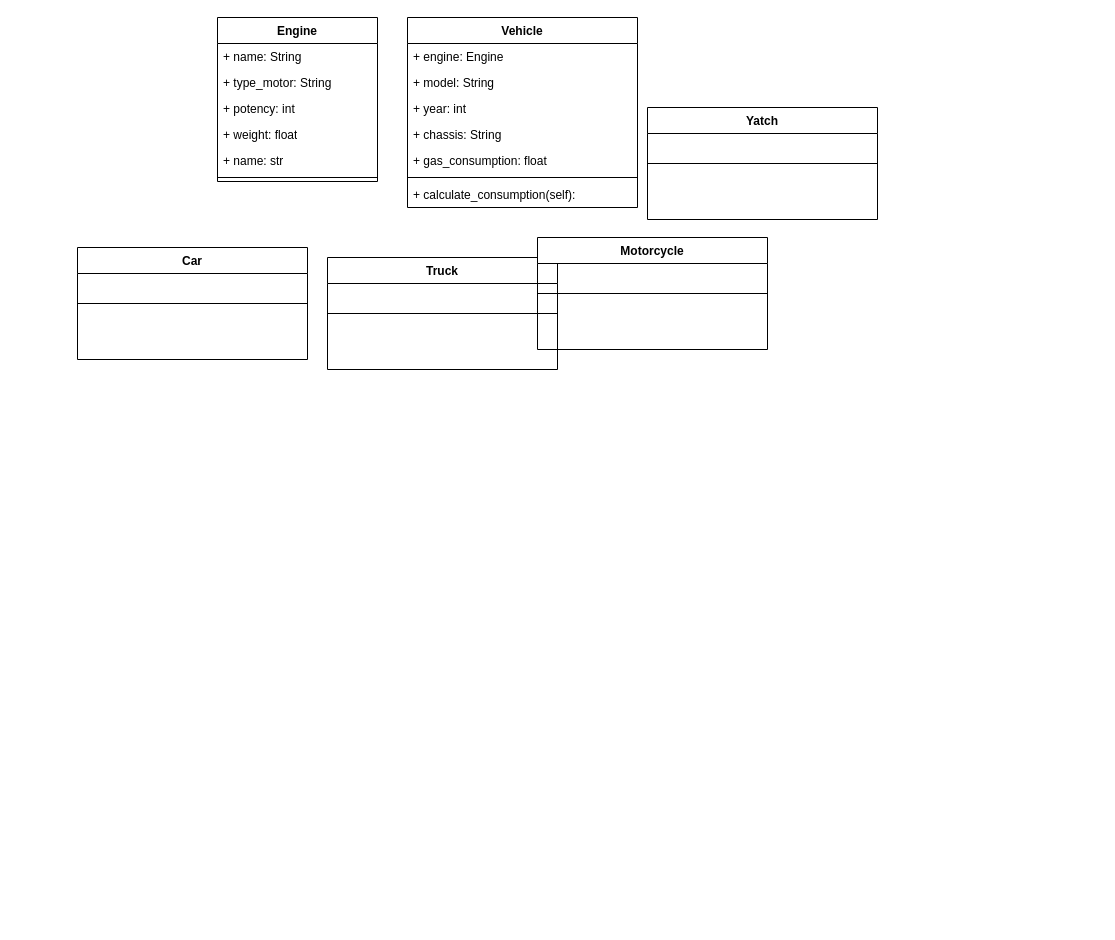
Rumatrixx/Trabajos-Programacion-Avanzada keeps this draw.io diagram as Untitled Diagram.drawio. Above is the earlier version. Source tidied: cells renumbered, new cells numbered last; positions are measured from the earlier drawing's top-left corner, leaving out a move shared by most shapes. Both pictures are drawn from the tidied source at 100%, with x=0, y=0 at pixel (77, 17).
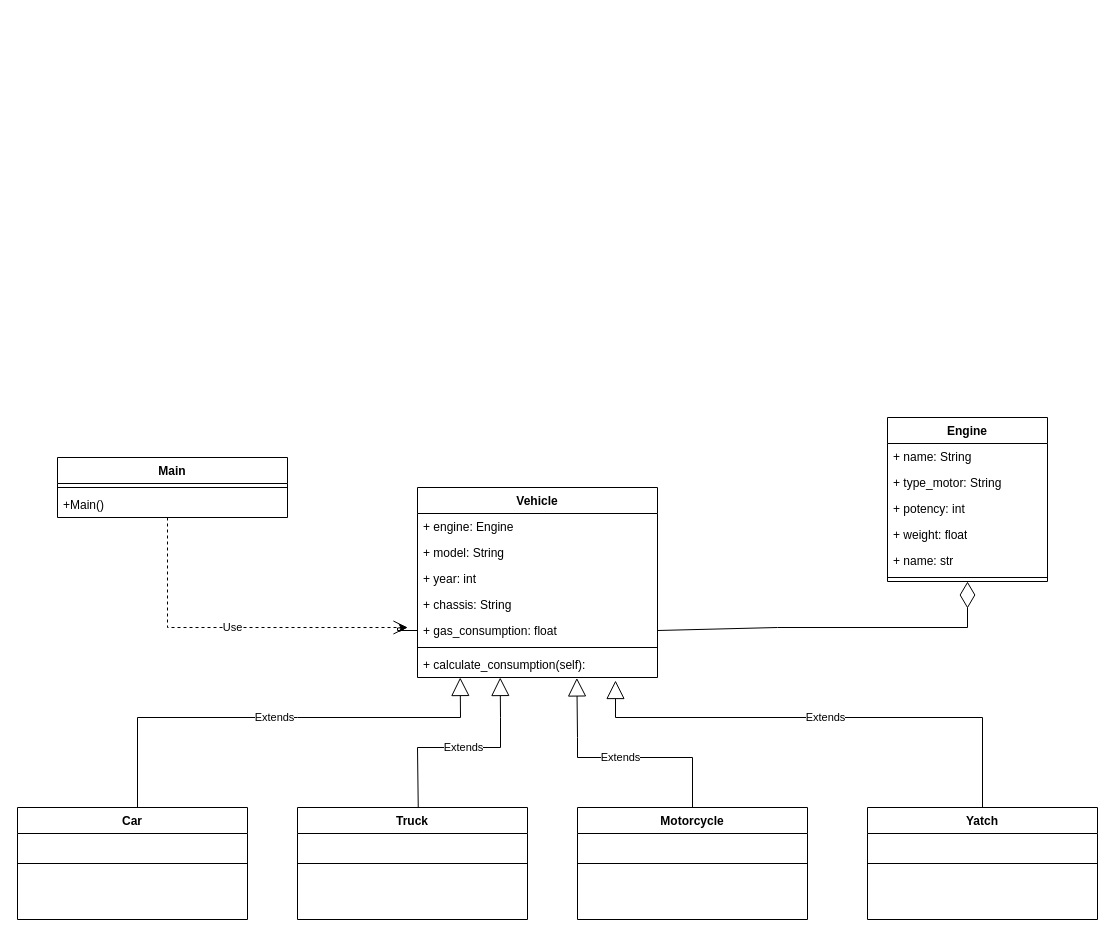
Above is the later version.

Diff of the diagram source:
```diff
@@
     <mxCell id="2" value="Engine" style="swimlane;fontStyle=1;align=center;verticalAlign=top;horizontal=1;startSize=26;whiteSpace=wrap;html=1;" parent="1" vertex="1">
-      <mxGeometry x="140" width="160" height="164" as="geometry" />
+      <mxGeometry x="810" y="400" width="160" height="164" as="geometry" />
     </mxCell>
@@
     <mxCell id="9" value="Vehicle" style="swimlane;fontStyle=1;align=center;verticalAlign=top;horizontal=1;startSize=26;whiteSpace=wrap;html=1;" parent="1" vertex="1">
-      <mxGeometry x="330" width="230" height="190" as="geometry" />
+      <mxGeometry x="340" y="470" width="240" height="190" as="geometry" />
     </mxCell>
     <mxCell id="10" value="+ e&lt;span style=&quot;background-color: initial;&quot;&gt;ngine: Engine&lt;/span&gt;&lt;div&gt;&lt;div&gt;&lt;br&gt;&lt;/div&gt;&lt;/div&gt;" style="text;strokeColor=none;fillColor=none;align=left;verticalAlign=top;spacingLeft=4;spacingRight=4;overflow=hidden;whiteSpace=wrap;html=1;" parent="9" vertex="1">
-      <mxGeometry y="26" width="230" height="26" as="geometry" />
+      <mxGeometry y="26" width="240" height="26" as="geometry" />
     </mxCell>
     <mxCell id="11" value="+ model: String&lt;div&gt;&lt;br&gt;&lt;/div&gt;" style="text;strokeColor=none;fillColor=none;align=left;verticalAlign=top;spacingLeft=4;spacingRight=4;overflow=hidden;whiteSpace=wrap;html=1;" parent="9" vertex="1">
-      <mxGeometry y="52" width="230" height="26" as="geometry" />
+      <mxGeometry y="52" width="240" height="26" as="geometry" />
     </mxCell>
     <mxCell id="12" value="+ year: int&lt;div&gt;&lt;br&gt;&lt;/div&gt;" style="text;strokeColor=none;fillColor=none;align=left;verticalAlign=top;spacingLeft=4;spacingRight=4;overflow=hidden;whiteSpace=wrap;html=1;" parent="9" vertex="1">
-      <mxGeometry y="78" width="230" height="26" as="geometry" />
+      <mxGeometry y="78" width="240" height="26" as="geometry" />
     </mxCell>
     <mxCell id="13" value="+ chassis: String&lt;div&gt;&lt;br&gt;&lt;/div&gt;" style="text;strokeColor=none;fillColor=none;align=left;verticalAlign=top;spacingLeft=4;spacingRight=4;overflow=hidden;whiteSpace=wrap;html=1;" parent="9" vertex="1">
-      <mxGeometry y="104" width="230" height="26" as="geometry" />
+      <mxGeometry y="104" width="240" height="26" as="geometry" />
     </mxCell>
+    <mxCell id="37" style="edgeStyle=orthogonalEdgeStyle;rounded=0;jettySize=auto;html=1;" parent="9" edge="1" source="14">
+      <mxGeometry relative="1" as="geometry">
+        <mxPoint x="-10" y="140" as="targetPoint" />
+      </mxGeometry>
+    </mxCell>
     <mxCell id="14" value="+ gas_consumption: float&lt;div&gt;&lt;br&gt;&lt;/div&gt;" style="text;strokeColor=none;fillColor=none;align=left;verticalAlign=top;spacingLeft=4;spacingRight=4;overflow=hidden;points=[[0,0.5],[1,0.5]];portConstraint=eastwest;whiteSpace=wrap;html=1;" parent="9" vertex="1">
-      <mxGeometry y="130" width="230" height="26" as="geometry" />
+      <mxGeometry y="130" width="240" height="26" as="geometry" />
     </mxCell>
-    <mxCell id="15" style="line;strokeWidth=1;fillColor=none;align=left;verticalAlign=middle;spacingTop=-1;spacingLeft=3;spacingRight=3;labelPosition=right;strokeColor=inherit;" parent="9" vertex="1">
-      <mxGeometry y="156" width="230" height="8" as="geometry" />
-    </mxCell>
+    <mxCell id="38" style="line;strokeWidth=1;fillColor=none;align=left;verticalAlign=middle;spacingTop=-1;spacingLeft=3;spacingRight=3;labelPosition=right;strokeColor=inherit;" parent="9" vertex="1">
+      <mxGeometry y="156" width="240" height="8" as="geometry" />
+    </mxCell>
     <mxCell id="16" value="+ calculate_consumption(self):&amp;nbsp;" style="text;strokeColor=none;fillColor=none;align=left;verticalAlign=top;spacingLeft=4;spacingRight=4;overflow=hidden;points=[[0,0.5],[1,0.5]];portConstraint=eastwest;whiteSpace=wrap;html=1;" parent="9" vertex="1">
-      <mxGeometry y="164" width="230" height="26" as="geometry" />
+      <mxGeometry y="164" width="240" height="26" as="geometry" />
     </mxCell>
     <mxCell id="17" value="Car" style="swimlane;fontStyle=1;align=center;verticalAlign=top;horizontal=1;startSize=26;whiteSpace=wrap;html=1;" parent="1" vertex="1">
-      <mxGeometry y="230" width="230" height="112" as="geometry" />
+      <mxGeometry x="-60" y="790" width="230" height="112" as="geometry" />
     </mxCell>
-    <mxCell id="18" value="&lt;div&gt;&lt;br&gt;&lt;/div&gt;" style="text;strokeColor=none;fillColor=none;align=left;verticalAlign=top;spacingLeft=4;spacingRight=4;overflow=hidden;whiteSpace=wrap;html=1;" parent="17" vertex="1">
-      <mxGeometry y="26" width="230" height="26" as="geometry" />
-    </mxCell>
-    <mxCell id="19" style="line;strokeWidth=1;fillColor=none;align=left;verticalAlign=middle;spacingTop=-1;spacingLeft=3;spacingRight=3;labelPosition=right;strokeColor=inherit;" parent="17" vertex="1">
-      <mxGeometry y="52" width="230" height="8" as="geometry" />
-    </mxCell>
-    <mxCell id="20" value="&lt;div&gt;&lt;br&gt;&lt;/div&gt;" style="text;strokeColor=none;fillColor=none;align=left;verticalAlign=top;spacingLeft=4;spacingRight=4;overflow=hidden;whiteSpace=wrap;html=1;" parent="17" vertex="1">
-      <mxGeometry y="60" width="230" height="26" as="geometry" />
-    </mxCell>
-    <mxCell id="21" value="&lt;div&gt;&lt;br&gt;&lt;/div&gt;" style="text;strokeColor=none;fillColor=none;align=left;verticalAlign=top;spacingLeft=4;spacingRight=4;overflow=hidden;whiteSpace=wrap;html=1;" parent="17" vertex="1">
-      <mxGeometry y="86" width="230" height="26" as="geometry" />
-    </mxCell>
+    <mxCell id="39" value="&lt;div&gt;&lt;br&gt;&lt;/div&gt;" style="text;strokeColor=none;fillColor=none;align=left;verticalAlign=top;spacingLeft=4;spacingRight=4;overflow=hidden;whiteSpace=wrap;html=1;" parent="17" vertex="1">
+      <mxGeometry y="26" width="230" height="26" as="geometry" />
+    </mxCell>
+    <mxCell id="40" style="line;strokeWidth=1;fillColor=none;align=left;verticalAlign=middle;spacingTop=-1;spacingLeft=3;spacingRight=3;labelPosition=right;strokeColor=inherit;" parent="17" vertex="1">
+      <mxGeometry y="52" width="230" height="8" as="geometry" />
+    </mxCell>
+    <mxCell id="41" value="&lt;div&gt;&lt;br&gt;&lt;/div&gt;" style="text;strokeColor=none;fillColor=none;align=left;verticalAlign=top;spacingLeft=4;spacingRight=4;overflow=hidden;whiteSpace=wrap;html=1;" parent="17" vertex="1">
+      <mxGeometry y="60" width="230" height="26" as="geometry" />
+    </mxCell>
+    <mxCell id="42" value="&lt;div&gt;&lt;br&gt;&lt;/div&gt;" style="text;strokeColor=none;fillColor=none;align=left;verticalAlign=top;spacingLeft=4;spacingRight=4;overflow=hidden;whiteSpace=wrap;html=1;" parent="17" vertex="1">
+      <mxGeometry y="86" width="230" height="26" as="geometry" />
+    </mxCell>
     <mxCell id="22" value="Truck" style="swimlane;fontStyle=1;align=center;verticalAlign=top;horizontal=1;startSize=26;whiteSpace=wrap;html=1;" parent="1" vertex="1">
-      <mxGeometry x="250" y="240" width="230" height="112" as="geometry" />
+      <mxGeometry x="220" y="790" width="230" height="112" as="geometry" />
     </mxCell>
-    <mxCell id="23" value="&lt;div&gt;&lt;br&gt;&lt;/div&gt;" style="text;strokeColor=none;fillColor=none;align=left;verticalAlign=top;spacingLeft=4;spacingRight=4;overflow=hidden;whiteSpace=wrap;html=1;" parent="22" vertex="1">
-      <mxGeometry y="26" width="230" height="26" as="geometry" />
-    </mxCell>
-    <mxCell id="24" style="line;strokeWidth=1;fillColor=none;align=left;verticalAlign=middle;spacingTop=-1;spacingLeft=3;spacingRight=3;labelPosition=right;strokeColor=inherit;" parent="22" vertex="1">
-      <mxGeometry y="52" width="230" height="8" as="geometry" />
-    </mxCell>
-    <mxCell id="25" value="&lt;div&gt;&lt;br&gt;&lt;/div&gt;" style="text;strokeColor=none;fillColor=none;align=left;verticalAlign=top;spacingLeft=4;spacingRight=4;overflow=hidden;whiteSpace=wrap;html=1;" parent="22" vertex="1">
-      <mxGeometry y="60" width="230" height="26" as="geometry" />
-    </mxCell>
-    <mxCell id="26" value="&lt;div&gt;&lt;br&gt;&lt;/div&gt;" style="text;strokeColor=none;fillColor=none;align=left;verticalAlign=top;spacingLeft=4;spacingRight=4;overflow=hidden;whiteSpace=wrap;html=1;" parent="22" vertex="1">
-      <mxGeometry y="86" width="230" height="26" as="geometry" />
-    </mxCell>
+    <mxCell id="43" value="&lt;div&gt;&lt;br&gt;&lt;/div&gt;" style="text;strokeColor=none;fillColor=none;align=left;verticalAlign=top;spacingLeft=4;spacingRight=4;overflow=hidden;whiteSpace=wrap;html=1;" parent="22" vertex="1">
+      <mxGeometry y="26" width="230" height="26" as="geometry" />
+    </mxCell>
+    <mxCell id="44" style="line;strokeWidth=1;fillColor=none;align=left;verticalAlign=middle;spacingTop=-1;spacingLeft=3;spacingRight=3;labelPosition=right;strokeColor=inherit;" parent="22" vertex="1">
+      <mxGeometry y="52" width="230" height="8" as="geometry" />
+    </mxCell>
+    <mxCell id="45" value="&lt;div&gt;&lt;br&gt;&lt;/div&gt;" style="text;strokeColor=none;fillColor=none;align=left;verticalAlign=top;spacingLeft=4;spacingRight=4;overflow=hidden;whiteSpace=wrap;html=1;" parent="22" vertex="1">
+      <mxGeometry y="60" width="230" height="26" as="geometry" />
+    </mxCell>
+    <mxCell id="46" value="&lt;div&gt;&lt;br&gt;&lt;/div&gt;" style="text;strokeColor=none;fillColor=none;align=left;verticalAlign=top;spacingLeft=4;spacingRight=4;overflow=hidden;whiteSpace=wrap;html=1;" parent="22" vertex="1">
+      <mxGeometry y="86" width="230" height="26" as="geometry" />
+    </mxCell>
     <mxCell id="27" value="Motorcycle" style="swimlane;fontStyle=1;align=center;verticalAlign=top;horizontal=1;startSize=26;whiteSpace=wrap;html=1;" parent="1" vertex="1">
-      <mxGeometry x="460" y="220" width="230" height="112" as="geometry" />
+      <mxGeometry x="500" y="790" width="230" height="112" as="geometry" />
     </mxCell>
-    <mxCell id="28" value="&lt;div&gt;&lt;br&gt;&lt;/div&gt;" style="text;strokeColor=none;fillColor=none;align=left;verticalAlign=top;spacingLeft=4;spacingRight=4;overflow=hidden;whiteSpace=wrap;html=1;" parent="27" vertex="1">
-      <mxGeometry y="26" width="230" height="26" as="geometry" />
-    </mxCell>
-    <mxCell id="29" style="line;strokeWidth=1;fillColor=none;align=left;verticalAlign=middle;spacingTop=-1;spacingLeft=3;spacingRight=3;labelPosition=right;strokeColor=inherit;" parent="27" vertex="1">
-      <mxGeometry y="52" width="230" height="8" as="geometry" />
-    </mxCell>
-    <mxCell id="30" value="&lt;div&gt;&lt;br&gt;&lt;/div&gt;" style="text;strokeColor=none;fillColor=none;align=left;verticalAlign=top;spacingLeft=4;spacingRight=4;overflow=hidden;whiteSpace=wrap;html=1;" parent="27" vertex="1">
-      <mxGeometry y="60" width="230" height="26" as="geometry" />
-    </mxCell>
-    <mxCell id="31" value="&lt;div&gt;&lt;br&gt;&lt;/div&gt;" style="text;strokeColor=none;fillColor=none;align=left;verticalAlign=top;spacingLeft=4;spacingRight=4;overflow=hidden;whiteSpace=wrap;html=1;" parent="27" vertex="1">
-      <mxGeometry y="86" width="230" height="26" as="geometry" />
-    </mxCell>
+    <mxCell id="47" value="&lt;div&gt;&lt;br&gt;&lt;/div&gt;" style="text;strokeColor=none;fillColor=none;align=left;verticalAlign=top;spacingLeft=4;spacingRight=4;overflow=hidden;whiteSpace=wrap;html=1;" parent="27" vertex="1">
+      <mxGeometry y="26" width="230" height="26" as="geometry" />
+    </mxCell>
+    <mxCell id="48" style="line;strokeWidth=1;fillColor=none;align=left;verticalAlign=middle;spacingTop=-1;spacingLeft=3;spacingRight=3;labelPosition=right;strokeColor=inherit;" parent="27" vertex="1">
+      <mxGeometry y="52" width="230" height="8" as="geometry" />
+    </mxCell>
+    <mxCell id="49" value="&lt;div&gt;&lt;br&gt;&lt;/div&gt;" style="text;strokeColor=none;fillColor=none;align=left;verticalAlign=top;spacingLeft=4;spacingRight=4;overflow=hidden;whiteSpace=wrap;html=1;" parent="27" vertex="1">
+      <mxGeometry y="60" width="230" height="26" as="geometry" />
+    </mxCell>
+    <mxCell id="50" value="&lt;div&gt;&lt;br&gt;&lt;/div&gt;" style="text;strokeColor=none;fillColor=none;align=left;verticalAlign=top;spacingLeft=4;spacingRight=4;overflow=hidden;whiteSpace=wrap;html=1;" parent="27" vertex="1">
+      <mxGeometry y="86" width="230" height="26" as="geometry" />
+    </mxCell>
     <mxCell id="32" value="Yatch" style="swimlane;fontStyle=1;align=center;verticalAlign=top;horizontal=1;startSize=26;whiteSpace=wrap;html=1;" parent="1" vertex="1">
-      <mxGeometry x="570" y="90" width="230" height="112" as="geometry" />
+      <mxGeometry x="790" y="790" width="230" height="112" as="geometry" />
     </mxCell>
-    <mxCell id="33" value="&lt;div&gt;&lt;br&gt;&lt;/div&gt;" style="text;strokeColor=none;fillColor=none;align=left;verticalAlign=top;spacingLeft=4;spacingRight=4;overflow=hidden;whiteSpace=wrap;html=1;" parent="32" vertex="1">
-      <mxGeometry y="26" width="230" height="26" as="geometry" />
-    </mxCell>
-    <mxCell id="34" style="line;strokeWidth=1;fillColor=none;align=left;verticalAlign=middle;spacingTop=-1;spacingLeft=3;spacingRight=3;labelPosition=right;strokeColor=inherit;" parent="32" vertex="1">
-      <mxGeometry y="52" width="230" height="8" as="geometry" />
-    </mxCell>
-    <mxCell id="35" value="&lt;div&gt;&lt;br&gt;&lt;/div&gt;" style="text;strokeColor=none;fillColor=none;align=left;verticalAlign=top;spacingLeft=4;spacingRight=4;overflow=hidden;whiteSpace=wrap;html=1;" parent="32" vertex="1">
-      <mxGeometry y="60" width="230" height="26" as="geometry" />
-    </mxCell>
-    <mxCell id="36" value="&lt;div&gt;&lt;br&gt;&lt;/div&gt;" style="text;strokeColor=none;fillColor=none;align=left;verticalAlign=top;spacingLeft=4;spacingRight=4;overflow=hidden;whiteSpace=wrap;html=1;" parent="32" vertex="1">
-      <mxGeometry y="86" width="230" height="26" as="geometry" />
-    </mxCell>
+    <mxCell id="51" value="&lt;div&gt;&lt;br&gt;&lt;/div&gt;" style="text;strokeColor=none;fillColor=none;align=left;verticalAlign=top;spacingLeft=4;spacingRight=4;overflow=hidden;whiteSpace=wrap;html=1;" parent="32" vertex="1">
+      <mxGeometry y="26" width="230" height="26" as="geometry" />
+    </mxCell>
+    <mxCell id="52" style="line;strokeWidth=1;fillColor=none;align=left;verticalAlign=middle;spacingTop=-1;spacingLeft=3;spacingRight=3;labelPosition=right;strokeColor=inherit;" parent="32" vertex="1">
+      <mxGeometry y="52" width="230" height="8" as="geometry" />
+    </mxCell>
+    <mxCell id="53" value="&lt;div&gt;&lt;br&gt;&lt;/div&gt;" style="text;strokeColor=none;fillColor=none;align=left;verticalAlign=top;spacingLeft=4;spacingRight=4;overflow=hidden;whiteSpace=wrap;html=1;" parent="32" vertex="1">
+      <mxGeometry y="60" width="230" height="26" as="geometry" />
+    </mxCell>
+    <mxCell id="54" value="&lt;div&gt;&lt;br&gt;&lt;/div&gt;" style="text;strokeColor=none;fillColor=none;align=left;verticalAlign=top;spacingLeft=4;spacingRight=4;overflow=hidden;whiteSpace=wrap;html=1;" parent="32" vertex="1">
+      <mxGeometry y="86" width="230" height="26" as="geometry" />
+    </mxCell>
+    <mxCell id="55" value="Extends" style="endArrow=block;endSize=16;endFill=0;html=1;rounded=0;entryX=0.178;entryY=1.177;entryDx=0;entryDy=0;entryPerimeter=0;" parent="1" edge="1">
+      <mxGeometry relative="1" as="geometry">
+        <mxPoint x="60" y="790" as="sourcePoint" />
+        <mxPoint x="382.7" y="660" as="targetPoint" />
+        <Array as="points">
+          <mxPoint x="60" y="700" />
+          <mxPoint x="220" y="700" />
+          <mxPoint x="383" y="700" />
+        </Array>
+      </mxGeometry>
+    </mxCell>
+    <mxCell id="56" value="Extends" style="endArrow=block;endSize=16;endFill=0;html=1;rounded=0;entryX=0.178;entryY=1.177;entryDx=0;entryDy=0;entryPerimeter=0;exitX=0.525;exitY=0.005;exitDx=0;exitDy=0;exitPerimeter=0;" parent="1" edge="1" source="22">
+      <mxGeometry relative="1" as="geometry">
+        <mxPoint x="422.7" y="660" as="targetPoint" />
+        <Array as="points">
+          <mxPoint x="340" y="730" />
+          <mxPoint x="423" y="730" />
+          <mxPoint x="423" y="700" />
+        </Array>
+      </mxGeometry>
+    </mxCell>
+    <mxCell id="57" value="Extends" style="endArrow=block;endSize=16;endFill=0;html=1;rounded=0;entryX=0.664;entryY=1.017;entryDx=0;entryDy=0;entryPerimeter=0;exitX=0.5;exitY=0;exitDx=0;exitDy=0;" parent="1" edge="1" source="27" target="16">
+      <mxGeometry relative="1" as="geometry">
+        <Array as="points">
+          <mxPoint x="615" y="740" />
+          <mxPoint x="500" y="740" />
+          <mxPoint x="500" y="720" />
+        </Array>
+      </mxGeometry>
+    </mxCell>
+    <mxCell id="58" value="Extends" style="endArrow=block;endSize=16;endFill=0;html=1;rounded=0;entryX=0.825;entryY=1.115;entryDx=0;entryDy=0;entryPerimeter=0;exitX=0.5;exitY=0;exitDx=0;exitDy=0;" parent="1" edge="1" source="32" target="16">
+      <mxGeometry relative="1" as="geometry">
+        <Array as="points">
+          <mxPoint x="905" y="700" />
+          <mxPoint x="730" y="700" />
+          <mxPoint x="538" y="700" />
+        </Array>
+      </mxGeometry>
+    </mxCell>
+    <mxCell id="59" value="Main" style="swimlane;fontStyle=1;align=center;verticalAlign=top;horizontal=1;startSize=26;whiteSpace=wrap;html=1;" parent="1" vertex="1">
+      <mxGeometry x="-20" y="440" width="230" height="60" as="geometry" />
+    </mxCell>
+    <mxCell id="60" style="line;strokeWidth=1;fillColor=none;align=left;verticalAlign=middle;spacingTop=-1;spacingLeft=3;spacingRight=3;labelPosition=right;strokeColor=inherit;" parent="59" vertex="1">
+      <mxGeometry y="26" width="230" height="8" as="geometry" />
+    </mxCell>
+    <mxCell id="61" value="+Main()" style="text;strokeColor=none;fillColor=none;align=left;verticalAlign=top;spacingLeft=4;spacingRight=4;overflow=hidden;whiteSpace=wrap;html=1;" parent="59" vertex="1">
+      <mxGeometry y="34" width="230" height="26" as="geometry" />
+    </mxCell>
+    <mxCell id="62" value="Use" style="endArrow=open;endSize=12;dashed=1;html=1;rounded=0;" parent="1" edge="1">
+      <mxGeometry relative="1" as="geometry">
+        <mxPoint x="90" y="500" as="sourcePoint" />
+        <mxPoint x="330" y="610" as="targetPoint" />
+        <Array as="points">
+          <mxPoint x="90" y="610" />
+        </Array>
+      </mxGeometry>
+    </mxCell>
+    <mxCell id="63" style="endArrow=diamondThin;endFill=0;endSize=24;html=1;rounded=0;exitX=1;exitY=0.5;exitDx=0;exitDy=0;entryX=0.5;entryY=1;entryDx=0;entryDy=0;" parent="1" edge="1" source="14" target="2">
+      <mxGeometry relative="1" as="geometry">
+        <Array as="points">
+          <mxPoint x="700" y="610" />
+          <mxPoint x="890" y="610" />
+        </Array>
+      </mxGeometry>
+    </mxCell>
```
